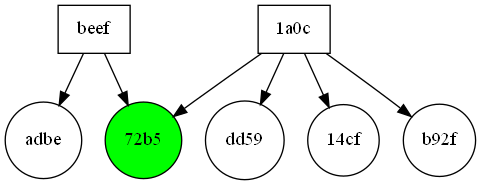
Before: doctest-output/visitor.gv.png, a diagram exported from Graphviz (ziyadalrasbi/F20SC-CW2). Its source is kept beside it as doctest-output/visitor.gv.
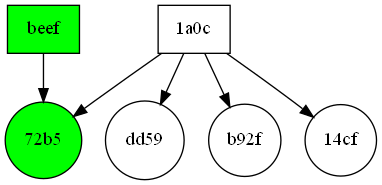
Above is the later version.

Diff of the diagram source:
```diff
@@ -1,22 +1,19 @@
 digraph visitor {
 	graph [rank=min]
 	node [shape=rectangle]
-	"00000000deadbeef" [label=beef fillcolor=white shape=rectangle style=filled]
-	"00000000deadbeef" -> "aaaaaaaaaaaa-00000000df1ad06a86c40000000feadbe"
-	"00000000deadbeef" -> "100806162735-00000000115598650cb8b514246272b5"
 	"4108dc09bfe11a0c" [label="1a0c" fillcolor=white shape=rectangle style=filled]
 	"4108dc09bfe11a0c" -> "100405170355-00000000ee4bfd24d2ff703b9147dd59"
+	"4108dc09bfe11a0c" -> "100806162735-00000000115598650cb8b514246272b5"
+	"4108dc09bfe11a0c" -> "100806172045-0000000081705fbea3553bd0d745b92f"
 	"4108dc09bfe11a0c" -> "101122221951-00000000a695c340822e61891c8f14cf"
-	"4108dc09bfe11a0c" -> "100806172045-0000000081705fbea3553bd0d745b92f"
-	"4108dc09bfe11a0c" -> "100806162735-00000000115598650cb8b514246272b5"
+	"00000000deadbeef" [label=beef fillcolor=green shape=rectangle style=filled]
+	"00000000deadbeef" -> "100806162735-00000000115598650cb8b514246272b5"
 	subgraph document {
-		graph [rank=max]
+		graph [rank=max shape=circle]
 		node [shape=circle]
-		"100405170355-00000000ee4bfd24d2ff703b9147dd59" [label=dd59 fillcolor=white shape=circle]
 		"100806162735-00000000115598650cb8b514246272b5" [label="72b5" fillcolor=green shape=circle style=filled]
-		"100806162735-00000000115598650cb8b514246272b5" [label="72b5" fillcolor=green shape=circle style=filled]
-		"100806172045-0000000081705fbea3553bd0d745b92f" [label=b92f fillcolor=white shape=circle]
-		"101122221951-00000000a695c340822e61891c8f14cf" [label="14cf" fillcolor=white shape=circle]
-		"aaaaaaaaaaaa-00000000df1ad06a86c40000000feadbe" [label=adbe fillcolor=white shape=circle]
+		"100405170355-00000000ee4bfd24d2ff703b9147dd59" [label=dd59 fillcolor=white shape=circle style=filled]
+		"100806172045-0000000081705fbea3553bd0d745b92f" [label=b92f fillcolor=white shape=circle style=filled]
+		"101122221951-00000000a695c340822e61891c8f14cf" [label="14cf" fillcolor=white shape=circle style=filled]
 	}
 }
```
